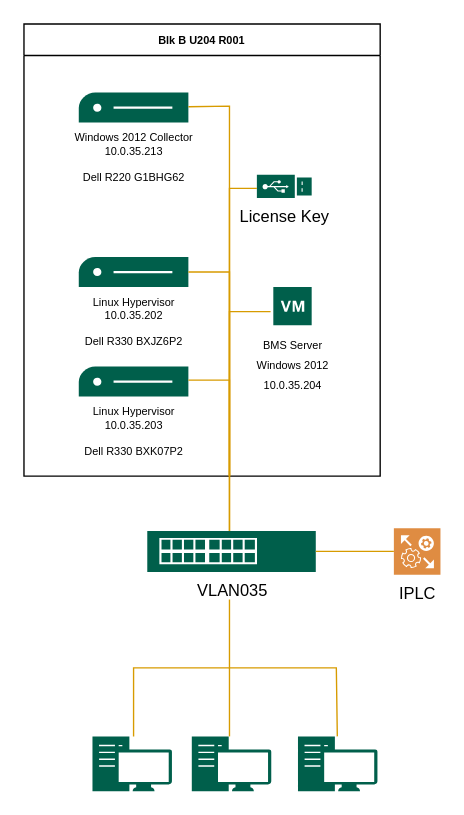
This is BMS_EMS.drawio from rwo001/FP, a draw.io file, before an edit. Source tidied: cells renumbered, new cells numbered last; positions are measured from the earlier drawing's top-left corner, leaving out a move shared by most shapes. Both pictures are drawn from the tidied source at 137%, with x=0, y=0 at pixel (23, 23).
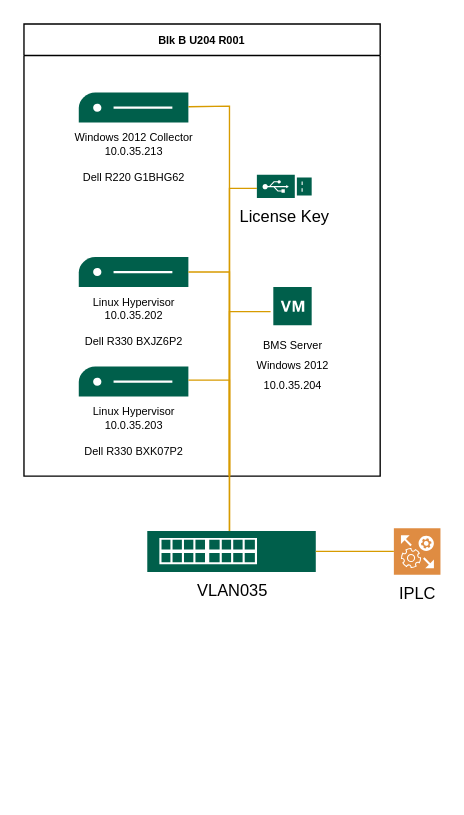
After the change.

The edit, as a diff of the source:
```diff
@@
-    <mxCell id="8" style="sketch=0;shadow=0;dashed=0;html=1;strokeColor=none;fillColor=#005F4B;labelPosition=center;verticalLabelPosition=bottom;verticalAlign=top;align=center;shape=mxgraph.veeam2.workstation;" parent="1" vertex="1">
-      <mxGeometry x="50" y="520" width="58" height="40" as="geometry" />
-    </mxCell>
-    <mxCell id="9" style="sketch=0;shadow=0;dashed=0;html=1;strokeColor=none;fillColor=#005F4B;labelPosition=center;verticalLabelPosition=bottom;verticalAlign=top;align=center;shape=mxgraph.veeam2.workstation;" parent="1" vertex="1">
-      <mxGeometry x="122.5" y="520" width="58" height="40" as="geometry" />
-    </mxCell>
-    <mxCell id="10" style="sketch=0;shadow=0;dashed=0;html=1;strokeColor=none;fillColor=#005F4B;labelPosition=center;verticalLabelPosition=bottom;verticalAlign=top;align=center;outlineConnect=0;shape=mxgraph.veeam2.workstation;" parent="1" vertex="1">
-      <mxGeometry x="200" y="520" width="58" height="40" as="geometry" />
-    </mxCell>
@@
-    <mxCell id="14" style="endArrow=none;html=1;rounded=0;fillColor=#ffe6cc;strokeColor=#d79b00;" parent="1" edge="1">
-      <mxGeometry relative="1" as="geometry">
-        <mxPoint x="150" y="470" as="sourcePoint" />
-        <mxPoint x="80" y="520" as="targetPoint" />
-        <Array as="points">
-          <mxPoint x="80" y="470" />
-        </Array>
-      </mxGeometry>
-    </mxCell>
-    <mxCell id="15" style="endArrow=none;html=1;rounded=0;fillColor=#ffe6cc;strokeColor=#d79b00;" parent="1" edge="1">
-      <mxGeometry relative="1" as="geometry">
-        <mxPoint x="150" y="470" as="sourcePoint" />
-        <mxPoint x="150" y="520" as="targetPoint" />
-      </mxGeometry>
-    </mxCell>
-    <mxCell id="16" style="endArrow=none;html=1;rounded=0;fillColor=#ffe6cc;strokeColor=#d79b00;" parent="1" edge="1" target="10">
-      <mxGeometry relative="1" as="geometry">
-        <mxPoint x="150" y="420" as="sourcePoint" />
-        <Array as="points">
-          <mxPoint x="150" y="440" />
-          <mxPoint x="150" y="470" />
-          <mxPoint x="228" y="470" />
-        </Array>
-      </mxGeometry>
-    </mxCell>
```
